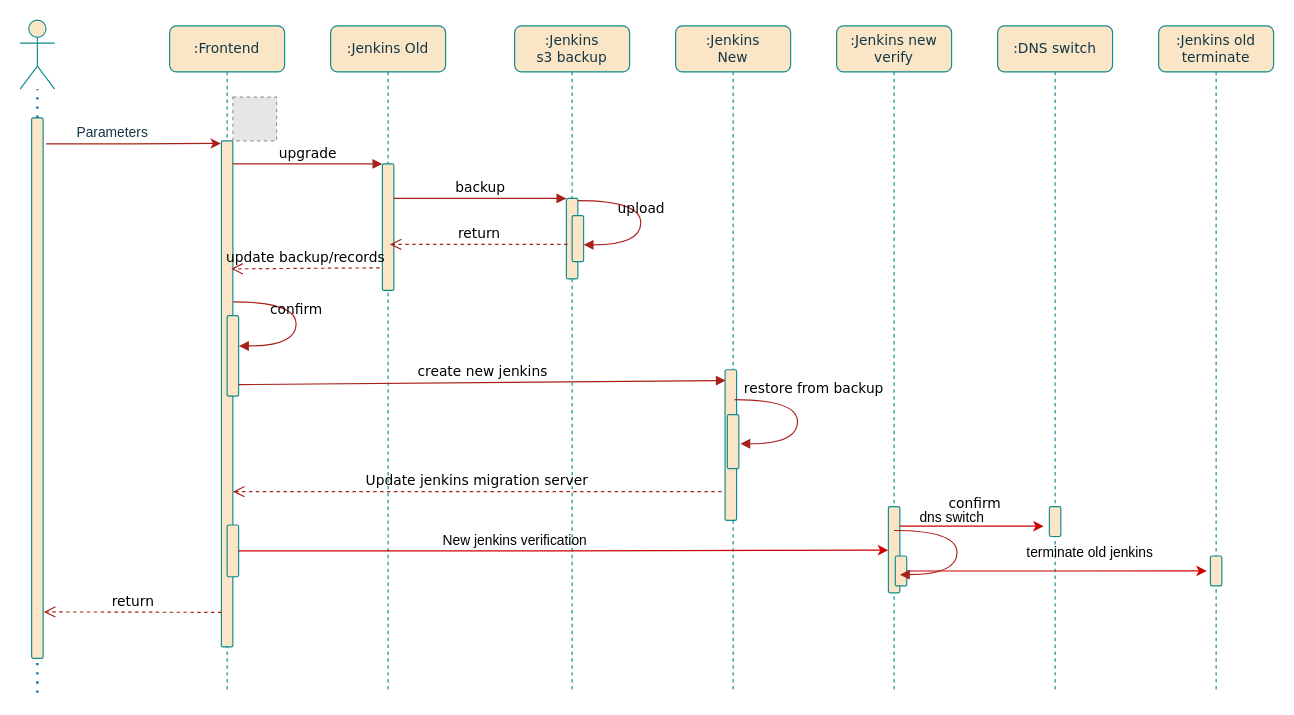
This is jenkins_migration.drawio from jiangtao7/draw.io, a draw.io file, before an edit. Source tidied: cells renumbered, new cells numbered last; positions are measured from the earlier drawing's top-left corner, leaving out a move shared by most shapes. Both pictures are drawn from the tidied source at 115%, with x=0, y=0 at pixel (20, 20). Pictures stored in the file or linked from it are replaced by grey dashed boxes.
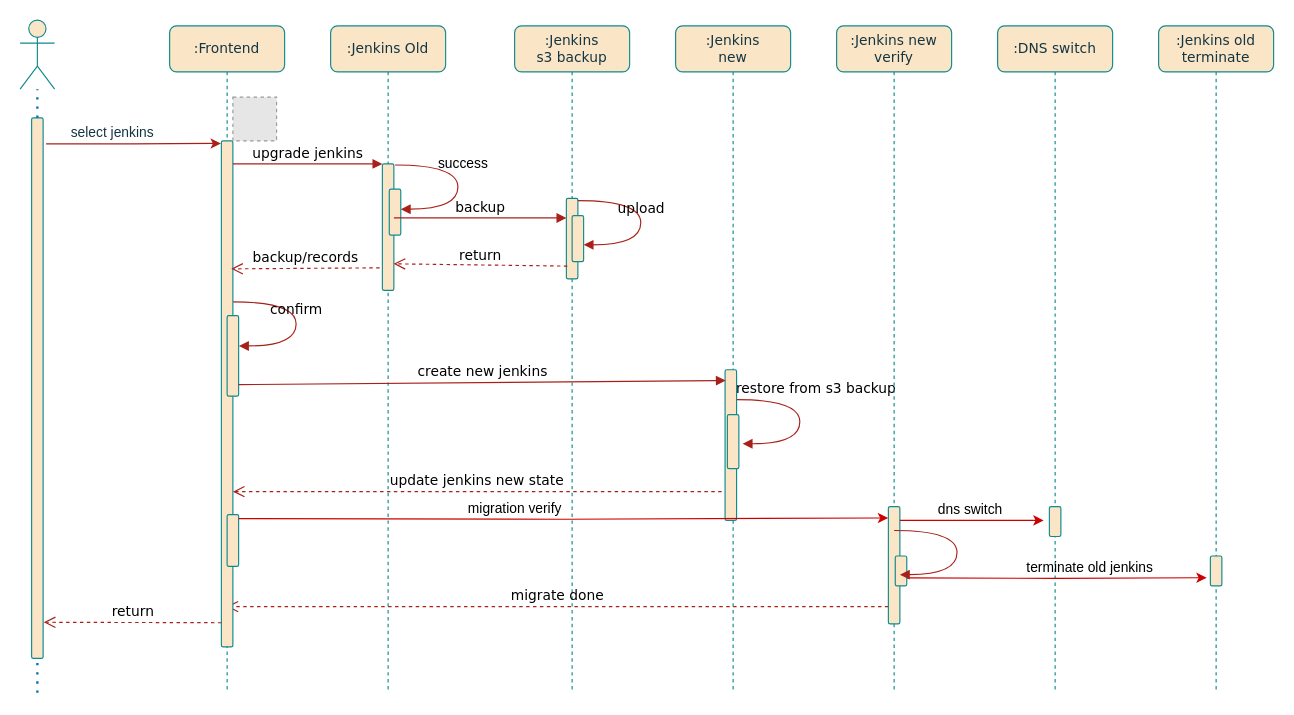
Above is the later version.

The change refers to these unchanged cells:
```xml
<mxCell id="2" value=":Jenkins Old" style="shape=umlLifeline;perimeter=lifelinePerimeter;whiteSpace=wrap;html=1;rounded=1;shadow=0;comic=0;labelBackgroundColor=none;strokeWidth=1;fontFamily=Verdana;fontSize=12;align=center;fillColor=#FAE5C7;strokeColor=#0F8B8D;fontColor=#143642;" parent="1" vertex="1">
  <mxGeometry x="270" y="5" width="100" height="580" as="geometry" />
</mxCell>
<mxCell id="3" style="html=1;points=[];perimeter=orthogonalPerimeter;rounded=1;shadow=0;comic=0;labelBackgroundColor=none;strokeWidth=1;fontFamily=Verdana;fontSize=12;align=center;fillColor=#FAE5C7;strokeColor=#0F8B8D;fontColor=#143642;" parent="2" vertex="1">
  <mxGeometry x="45" y="120" width="10" height="110" as="geometry" />
</mxCell>
<mxCell id="5" style="html=1;points=[];perimeter=orthogonalPerimeter;rounded=1;shadow=0;comic=0;labelBackgroundColor=none;strokeWidth=1;fontFamily=Verdana;fontSize=12;align=center;fillColor=#FAE5C7;strokeColor=#0F8B8D;fontColor=#143642;" parent="4" vertex="1">
  <mxGeometry x="45" y="150" width="10" height="70" as="geometry" />
</mxCell>
<mxCell id="11" value=":Jenkins new verify" style="shape=umlLifeline;perimeter=lifelinePerimeter;whiteSpace=wrap;html=1;rounded=1;shadow=0;comic=0;labelBackgroundColor=none;strokeWidth=1;fontFamily=Verdana;fontSize=12;align=center;fillColor=#FAE5C7;strokeColor=#0F8B8D;fontColor=#143642;" parent="1" vertex="1">
  <mxGeometry x="710" y="5" width="100" height="580" as="geometry" />
</mxCell>
<mxCell id="13" style="html=1;points=[];perimeter=orthogonalPerimeter;rounded=1;shadow=0;comic=0;labelBackgroundColor=none;strokeColor=#0F8B8D;strokeWidth=1;fillColor=#FAE5C7;fontFamily=Verdana;fontSize=12;fontColor=#143642;align=center;" parent="11" vertex="1">
  <mxGeometry x="51" y="461" width="10" height="26" as="geometry" />
</mxCell>
<mxCell id="16" value=":Frontend" style="shape=umlLifeline;perimeter=lifelinePerimeter;whiteSpace=wrap;html=1;outlineConnect=0;rounded=1;shadow=0;comic=0;labelBackgroundColor=none;strokeWidth=1;fontFamily=Verdana;fontSize=12;align=center;fillColor=#FAE5C7;strokeColor=#0F8B8D;fontColor=#143642;" parent="1" vertex="1">
  <mxGeometry x="130" y="5" width="100" height="580" as="geometry" />
</mxCell>
<mxCell id="17" style="html=1;points=[];perimeter=orthogonalPerimeter;rounded=1;shadow=0;comic=0;labelBackgroundColor=none;strokeWidth=1;fontFamily=Verdana;fontSize=12;align=center;fillColor=#FAE5C7;strokeColor=#0F8B8D;fontColor=#143642;" parent="16" vertex="1">
  <mxGeometry x="45" y="100" width="10" height="440" as="geometry" />
</mxCell>
<mxCell id="29" style="html=1;points=[];perimeter=orthogonalPerimeter;rounded=1;shadow=0;comic=0;labelBackgroundColor=none;strokeWidth=1;fontFamily=Verdana;fontSize=12;align=center;fillColor=#FAE5C7;strokeColor=#0F8B8D;fontColor=#143642;" parent="1" vertex="1">
  <mxGeometry x="10" y="85" width="10" height="470" as="geometry" />
</mxCell>
<mxCell id="40" style="html=1;points=[];perimeter=orthogonalPerimeter;rounded=1;shadow=0;comic=0;labelBackgroundColor=none;strokeColor=#0F8B8D;strokeWidth=1;fillColor=#FAE5C7;fontFamily=Verdana;fontSize=12;fontColor=#143642;align=center;" parent="39" vertex="1">
  <mxGeometry x="45" y="461" width="10" height="26" as="geometry" />
</mxCell>
```

Diff of the diagram source:
```diff
@@
+    <mxCell id="45" style="html=1;perimeter=orthogonalPerimeter;rounded=1;shadow=0;comic=0;labelBackgroundColor=none;strokeWidth=1;fontFamily=Verdana;fontSize=12;align=center;fillColor=#FAE5C7;strokeColor=#0F8B8D;fontColor=#143642;" parent="2" vertex="1">
+      <mxGeometry x="51" y="142" width="10" height="40" as="geometry" />
+    </mxCell>
@@
-    <mxCell id="7" value=":Jenkins &lt;br&gt;New" style="shape=umlLifeline;perimeter=lifelinePerimeter;whiteSpace=wrap;html=1;rounded=1;shadow=0;comic=0;labelBackgroundColor=none;strokeWidth=1;fontFamily=Verdana;fontSize=12;align=center;fillColor=#FAE5C7;strokeColor=#0F8B8D;fontColor=#143642;" parent="1" vertex="1">
+    <mxCell id="7" value=":Jenkins &lt;br&gt;new" style="shape=umlLifeline;perimeter=lifelinePerimeter;whiteSpace=wrap;html=1;rounded=1;shadow=0;comic=0;labelBackgroundColor=none;strokeWidth=1;fontFamily=Verdana;fontSize=12;align=center;fillColor=#FAE5C7;strokeColor=#0F8B8D;fontColor=#143642;" parent="1" vertex="1">
       <mxGeometry x="570" y="5" width="100" height="580" as="geometry" />
     </mxCell>
@@
-    <mxCell id="10" value="restore from backup" style="html=1;verticalAlign=bottom;endArrow=block;labelBackgroundColor=none;fontFamily=Verdana;fontSize=12;elbow=vertical;edgeStyle=orthogonalEdgeStyle;curved=1;entryX=1;entryY=0.286;entryPerimeter=0;exitX=1.038;exitY=0.345;exitPerimeter=0;strokeColor=#A8201A;fontColor=default;" parent="7" edge="1">
+    <mxCell id="10" value="restore from s3 backup" style="html=1;verticalAlign=bottom;endArrow=block;labelBackgroundColor=none;fontFamily=Verdana;fontSize=12;elbow=vertical;edgeStyle=orthogonalEdgeStyle;curved=1;entryX=1;entryY=0.286;entryPerimeter=0;exitX=1.038;exitY=0.345;exitPerimeter=0;strokeColor=#A8201A;fontColor=default;" parent="7" edge="1">
       <mxGeometry x="-0.23" y="14" relative="1" as="geometry">
-        <mxPoint x="51.3" y="325" as="sourcePoint" />
-        <mxPoint x="56.3" y="363.4" as="targetPoint" />
+        <mxPoint x="53.3" y="325" as="sourcePoint" />
+        <mxPoint x="58.3" y="363.4" as="targetPoint" />
         <Array as="points">
-          <mxPoint x="106" y="325" />
-          <mxPoint x="106" y="363" />
+          <mxPoint x="108" y="325" />
+          <mxPoint x="108" y="363" />
         </Array>
       </mxGeometry>
     </mxCell>
+    <mxCell id="46" value="migrate done" style="html=1;verticalAlign=bottom;endArrow=open;dashed=1;endSize=8;labelBackgroundColor=none;fontFamily=Verdana;fontSize=12;edgeStyle=elbowEdgeStyle;elbow=vertical;strokeColor=#A8201A;fontColor=default;" parent="7" edge="1" target="16">
+      <mxGeometry relative="1" as="geometry">
+        <mxPoint x="185" y="505" as="sourcePoint" />
+        <Array as="points">
+          <mxPoint x="5" y="505" />
+          <mxPoint x="-35" y="561" />
+        </Array>
+      </mxGeometry>
+    </mxCell>
@@
     <mxCell id="12" style="html=1;points=[];perimeter=orthogonalPerimeter;rounded=1;shadow=0;comic=0;labelBackgroundColor=none;strokeWidth=1;fontFamily=Verdana;fontSize=12;align=center;fillColor=#FAE5C7;strokeColor=#0F8B8D;fontColor=#143642;" parent="11" vertex="1">
-      <mxGeometry x="45" y="418" width="10" height="75" as="geometry" />
+      <mxGeometry x="45" y="418" width="10" height="102" as="geometry" />
     </mxCell>
@@
-    <mxCell id="19" value="return" style="html=1;verticalAlign=bottom;endArrow=open;dashed=1;endSize=8;exitX=-0.24;exitY=0.722;labelBackgroundColor=none;fontFamily=Verdana;fontSize=12;strokeColor=#A8201A;fontColor=default;exitDx=0;exitDy=0;exitPerimeter=0;entryX=1.06;entryY=0.914;entryDx=0;entryDy=0;entryPerimeter=0;" parent="16" edge="1" target="29">
+    <mxCell id="19" value="return" style="html=1;verticalAlign=bottom;endArrow=open;dashed=1;endSize=8;exitX=-0.24;exitY=0.722;labelBackgroundColor=none;fontFamily=Verdana;fontSize=12;strokeColor=#A8201A;fontColor=default;exitDx=0;exitDy=0;exitPerimeter=0;entryX=1.06;entryY=0.914;entryDx=0;entryDy=0;entryPerimeter=0;" parent="16" edge="1">
       <mxGeometry relative="1" as="geometry">
-        <mxPoint x="45" y="510" as="sourcePoint" />
+        <mxPoint x="45" y="519" as="sourcePoint" />
+        <mxPoint x="-109.4" y="518.6" as="targetPoint" />
       </mxGeometry>
     </mxCell>
@@
     <mxCell id="21" style="html=1;points=[];perimeter=orthogonalPerimeter;rounded=1;shadow=0;comic=0;labelBackgroundColor=none;strokeColor=#0F8B8D;strokeWidth=1;fillColor=#FAE5C7;fontFamily=Verdana;fontSize=12;fontColor=#143642;align=center;" parent="16" vertex="1">
-      <mxGeometry x="50" y="434" width="10" height="45" as="geometry" />
+      <mxGeometry x="50" y="425" width="10" height="45" as="geometry" />
     </mxCell>
-    <mxCell id="22" value="Update jenkins migration server" style="html=1;verticalAlign=bottom;endArrow=open;dashed=1;endSize=8;labelBackgroundColor=none;fontFamily=Verdana;fontSize=12;edgeStyle=elbowEdgeStyle;elbow=vertical;strokeColor=#A8201A;fontColor=default;" parent="1" edge="1" target="17">
+    <mxCell id="22" value="update jenkins new state" style="html=1;verticalAlign=bottom;endArrow=open;dashed=1;endSize=8;labelBackgroundColor=none;fontFamily=Verdana;fontSize=12;edgeStyle=elbowEdgeStyle;elbow=vertical;strokeColor=#A8201A;fontColor=default;" parent="1" edge="1" target="17">
       <mxGeometry relative="1" as="geometry">
         <mxPoint x="610" y="410" as="sourcePoint" />
         <Array as="points">
           <mxPoint x="430" y="410" />
           <mxPoint x="390" y="466" />
         </Array>
       </mxGeometry>
     </mxCell>
-    <mxCell id="23" value="upgrade" style="html=1;verticalAlign=bottom;endArrow=block;entryX=0;entryY=0;labelBackgroundColor=none;fontFamily=Verdana;fontSize=12;edgeStyle=elbowEdgeStyle;elbow=vertical;strokeColor=#A8201A;fontColor=default;" parent="1" edge="1" source="17" target="3">
+    <mxCell id="23" value="upgrade jenkins" style="html=1;verticalAlign=bottom;endArrow=block;entryX=0;entryY=0;labelBackgroundColor=none;fontFamily=Verdana;fontSize=12;edgeStyle=elbowEdgeStyle;elbow=vertical;strokeColor=#A8201A;fontColor=default;" parent="1" edge="1" source="17" target="3">
       <mxGeometry relative="1" as="geometry" />
     </mxCell>
-    <mxCell id="24" value="backup" style="html=1;verticalAlign=bottom;endArrow=block;entryX=0;entryY=0;labelBackgroundColor=none;fontFamily=Verdana;fontSize=12;edgeStyle=elbowEdgeStyle;elbow=vertical;strokeColor=#A8201A;fontColor=default;" parent="1" edge="1" source="3" target="5">
-      <mxGeometry relative="1" as="geometry" />
+    <mxCell id="24" value="backup" style="html=1;verticalAlign=bottom;endArrow=block;labelBackgroundColor=none;fontFamily=Verdana;fontSize=12;edgeStyle=elbowEdgeStyle;elbow=vertical;strokeColor=#A8201A;fontColor=default;" parent="1" edge="1">
+      <mxGeometry relative="1" as="geometry">
+        <mxPoint x="325" y="172" as="sourcePoint" />
+        <mxPoint x="475" y="172" as="targetPoint" />
+        <Array as="points">
+          <mxPoint x="400" y="172" />
+        </Array>
+      </mxGeometry>
     </mxCell>
@@
-    <mxCell id="30" value="Parameters" style="text;html=1;align=center;verticalAlign=middle;strokeColor=none;fillColor=none;fontColor=#143642;" parent="1" vertex="1">
-      <mxGeometry x="35" y="83" width="90" height="30" as="geometry" />
+    <mxCell id="30" value="select jenkins" style="text;html=1;align=center;verticalAlign=middle;strokeColor=none;fillColor=none;fontColor=#143642;" parent="1" vertex="1">
+      <mxGeometry x="30" y="83" width="100" height="30" as="geometry" />
     </mxCell>
-    <mxCell id="31" value="update backup/records" style="html=1;verticalAlign=bottom;endArrow=open;dashed=1;endSize=8;exitX=-0.24;exitY=0.722;labelBackgroundColor=none;fontFamily=Verdana;fontSize=12;strokeColor=#A8201A;fontColor=default;exitDx=0;exitDy=0;exitPerimeter=0;entryX=0.86;entryY=0.228;entryDx=0;entryDy=0;entryPerimeter=0;" parent="1" edge="1">
+    <mxCell id="31" value="backup/records" style="html=1;verticalAlign=bottom;endArrow=open;dashed=1;endSize=8;exitX=-0.24;exitY=0.722;labelBackgroundColor=none;fontFamily=Verdana;fontSize=12;strokeColor=#A8201A;fontColor=default;exitDx=0;exitDy=0;exitPerimeter=0;entryX=0.86;entryY=0.228;entryDx=0;entryDy=0;entryPerimeter=0;" parent="1" edge="1">
       <mxGeometry relative="1" as="geometry">
         <mxPoint x="312.6" y="215.4" as="sourcePoint" />
         <mxPoint x="183.6" y="216.3" as="targetPoint" />
       </mxGeometry>
     </mxCell>
@@
-    <mxCell id="34" value="return" style="html=1;verticalAlign=bottom;endArrow=open;dashed=1;endSize=8;exitX=-0.24;exitY=0.722;labelBackgroundColor=none;fontFamily=Verdana;fontSize=12;strokeColor=#A8201A;fontColor=default;exitDx=0;exitDy=0;exitPerimeter=0;" parent="1" edge="1">
-      <mxGeometry relative="1" as="geometry">
-        <mxPoint x="476" y="195" as="sourcePoint" />
-        <mxPoint x="321.5" y="195" as="targetPoint" />
+    <mxCell id="34" value="return" style="html=1;verticalAlign=bottom;endArrow=open;dashed=1;endSize=8;labelBackgroundColor=none;fontFamily=Verdana;fontSize=12;strokeColor=#A8201A;fontColor=default;exitX=0.083;exitY=0.87;exitDx=0;exitDy=0;exitPerimeter=0;entryX=0.983;entryY=0.808;entryDx=0;entryDy=0;entryPerimeter=0;" parent="1" edge="1">
+      <mxGeometry y="1" relative="1" as="geometry">
+        <mxPoint x="475.8" y="213.9" as="sourcePoint" />
+        <mxPoint x="324.8" y="211.9" as="targetPoint" />
       </mxGeometry>
     </mxCell>
@@
-    <mxCell id="36" style="edgeStyle=orthogonalEdgeStyle;rounded=0;jettySize=auto;html=1;entryX=-0.017;entryY=0.505;entryDx=0;entryDy=0;entryPerimeter=0;strokeColor=#CC0000;" parent="1" edge="1" source="21" target="12">
-      <mxGeometry relative="1" as="geometry" />
+    <mxCell id="36" style="edgeStyle=orthogonalEdgeStyle;rounded=0;orthogonalLoop=1;jettySize=auto;html=1;entryX=-0.017;entryY=0.505;entryDx=0;entryDy=0;entryPerimeter=0;strokeColor=#CC0000;" parent="1" edge="1">
+      <mxGeometry relative="1" as="geometry">
+        <mxPoint x="190" y="433.5" as="sourcePoint" />
+        <mxPoint x="754.8" y="432.9" as="targetPoint" />
+      </mxGeometry>
     </mxCell>
-    <mxCell id="37" value="New jenkins verification" style="text;html=1;align=center;verticalAlign=middle;strokeColor=none;fillColor=none;" parent="1" vertex="1">
-      <mxGeometry x="355" y="438" width="150" height="30" as="geometry" />
+    <mxCell id="37" value="migration verify" style="text;html=1;align=center;verticalAlign=middle;strokeColor=none;fillColor=none;" parent="1" vertex="1">
+      <mxGeometry x="380" y="410" width="100" height="30" as="geometry" />
     </mxCell>
-    <mxCell id="38" style="edgeStyle=orthogonalEdgeStyle;rounded=0;jettySize=auto;html=1;strokeColor=#CC0000;" parent="1" edge="1" source="12">
+    <mxCell id="38" style="edgeStyle=orthogonalEdgeStyle;rounded=0;orthogonalLoop=1;jettySize=auto;html=1;strokeColor=#CC0000;" parent="1" edge="1">
       <mxGeometry relative="1" as="geometry">
-        <mxPoint x="890" y="440" as="targetPoint" />
+        <mxPoint x="765" y="435" as="sourcePoint" />
+        <mxPoint x="890" y="435" as="targetPoint" />
         <Array as="points">
-          <mxPoint x="870" y="440" />
-          <mxPoint x="870" y="440" />
+          <mxPoint x="870" y="435" />
+          <mxPoint x="870" y="435" />
         </Array>
       </mxGeometry>
     </mxCell>
@@
-    <mxCell id="41" style="edgeStyle=orthogonalEdgeStyle;rounded=0;jettySize=auto;html=1;entryX=-0.317;entryY=0.497;entryDx=0;entryDy=0;entryPerimeter=0;strokeColor=#CC0000;" parent="1" edge="1" source="13" target="40">
-      <mxGeometry relative="1" as="geometry" />
+    <mxCell id="41" style="edgeStyle=orthogonalEdgeStyle;rounded=0;orthogonalLoop=1;jettySize=auto;html=1;entryX=-0.317;entryY=0.497;entryDx=0;entryDy=0;entryPerimeter=0;strokeColor=#CC0000;" parent="1" edge="1">
+      <mxGeometry relative="1" as="geometry">
+        <mxPoint x="771" y="485" as="sourcePoint" />
+        <mxPoint x="1031.8" y="484.9" as="targetPoint" />
+      </mxGeometry>
     </mxCell>
     <mxCell id="42" value="terminate old jenkins" style="text;html=1;align=center;verticalAlign=middle;strokeColor=none;fillColor=none;" parent="1" vertex="1">
-      <mxGeometry x="865" y="448" width="130" height="30" as="geometry" />
+      <mxGeometry x="865" y="461" width="130" height="30" as="geometry" />
     </mxCell>
     <mxCell id="43" value="dns switch" style="text;html=1;align=center;verticalAlign=middle;strokeColor=none;fillColor=none;" parent="1" vertex="1">
-      <mxGeometry x="770" y="418" width="80" height="30" as="geometry" />
+      <mxGeometry x="786" y="411" width="80" height="30" as="geometry" />
     </mxCell>
-    <mxCell id="44" value="confirm" style="html=1;verticalAlign=bottom;endArrow=block;labelBackgroundColor=none;fontFamily=Verdana;fontSize=12;elbow=vertical;edgeStyle=orthogonalEdgeStyle;curved=1;entryX=1;entryY=0.286;entryPerimeter=0;exitX=1.038;exitY=0.345;exitPerimeter=0;strokeColor=#A8201A;fontColor=default;" parent="1" edge="1">
+    <mxCell id="44" style="html=1;verticalAlign=bottom;endArrow=block;labelBackgroundColor=none;fontFamily=Verdana;fontSize=12;elbow=vertical;edgeStyle=orthogonalEdgeStyle;curved=1;entryX=1;entryY=0.286;entryPerimeter=0;exitX=1.038;exitY=0.345;exitPerimeter=0;strokeColor=#A8201A;fontColor=default;" parent="1" edge="1">
       <mxGeometry x="-0.23" y="21" relative="1" as="geometry">
         <mxPoint x="760" y="443.8" as="sourcePoint" />
         <mxPoint x="765" y="482.2" as="targetPoint" />
         <Array as="points">
           <mxPoint x="814.7" y="443.8" />
           <mxPoint x="814.7" y="481.8" />
         </Array>
         <mxPoint x="-6" y="-14" as="offset" />
       </mxGeometry>
     </mxCell>
+    <mxCell id="47" style="html=1;verticalAlign=bottom;endArrow=block;labelBackgroundColor=none;fontFamily=Verdana;fontSize=12;elbow=vertical;edgeStyle=orthogonalEdgeStyle;curved=1;entryX=1;entryY=0.286;entryPerimeter=0;exitX=1.038;exitY=0.345;exitPerimeter=0;strokeColor=#A8201A;fontColor=default;" parent="1" edge="1">
+      <mxGeometry relative="1" as="geometry">
+        <mxPoint x="326" y="126" as="sourcePoint" />
+        <mxPoint x="331" y="164.4" as="targetPoint" />
+        <Array as="points">
+          <mxPoint x="380.7" y="126" />
+          <mxPoint x="380.7" y="164" />
+        </Array>
+      </mxGeometry>
+    </mxCell>
+    <mxCell id="48" value="success" style="text;html=1;align=center;verticalAlign=middle;strokeColor=none;fillColor=none;" parent="1" vertex="1">
+      <mxGeometry x="350" y="110" width="70" height="30" as="geometry" />
+    </mxCell>
```
